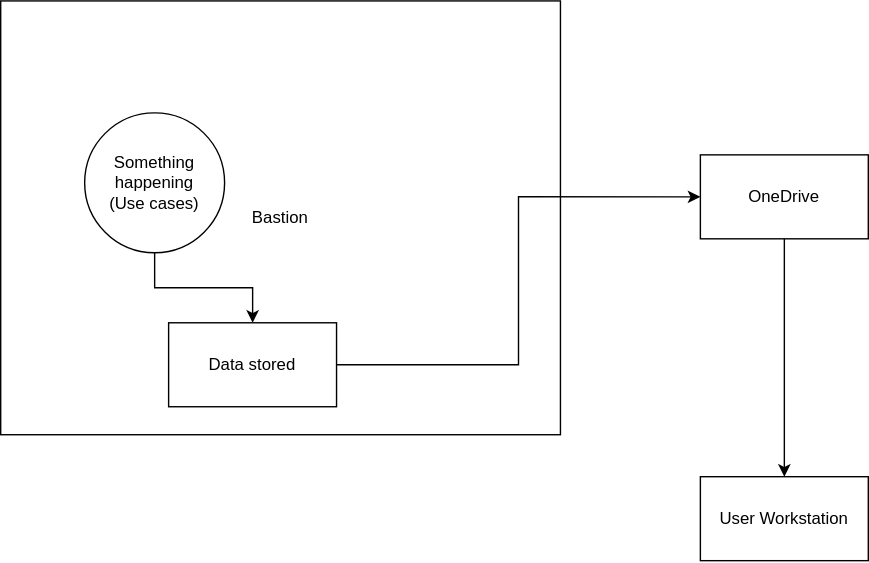
This is SharedData.svg from vjavle/invoicecloud, a draw.io export, as it was before one commit. Source tidied: cells renumbered, new cells last; positions are measured from the earlier drawing's top-left corner, leaving out a move shared by most shapes.
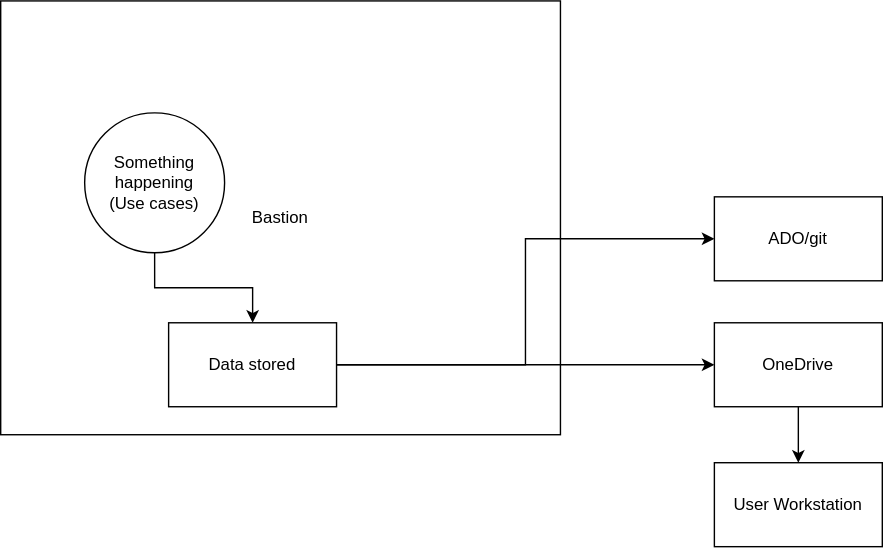
After the commit.

What changed in the source:
```diff
@@ -14,17 +14,23 @@
     <mxCell id="5" style="edgeStyle=orthogonalEdgeStyle;rounded=0;jettySize=auto;html=1;entryX=0;entryY=0.5;entryDx=0;entryDy=0;" parent="1" edge="1" source="6" target="9">
       <mxGeometry relative="1" as="geometry" />
     </mxCell>
+    <mxCell id="10" style="edgeStyle=orthogonalEdgeStyle;rounded=0;jettySize=auto;html=1;entryX=0;entryY=0.5;entryDx=0;entryDy=0;" parent="1" edge="1" source="6" target="11">
+      <mxGeometry relative="1" as="geometry" />
+    </mxCell>
     <mxCell id="6" value="Data stored" style="rounded=0;whiteSpace=wrap;html=1;" parent="1" vertex="1">
       <mxGeometry x="120" y="230" width="120" height="60" as="geometry" />
     </mxCell>
     <mxCell id="7" value="User Workstation" style="rounded=0;whiteSpace=wrap;html=1;" parent="1" vertex="1">
-      <mxGeometry x="500" y="340" width="120" height="60" as="geometry" />
+      <mxGeometry x="510" y="330" width="120" height="60" as="geometry" />
     </mxCell>
     <mxCell id="8" style="edgeStyle=orthogonalEdgeStyle;rounded=0;jettySize=auto;html=1;" parent="1" edge="1" source="9" target="7">
       <mxGeometry relative="1" as="geometry" />
     </mxCell>
     <mxCell id="9" value="OneDrive" style="rounded=0;whiteSpace=wrap;html=1;" parent="1" vertex="1">
-      <mxGeometry x="500" y="110" width="120" height="60" as="geometry" />
+      <mxGeometry x="510" y="230" width="120" height="60" as="geometry" />
     </mxCell>
+    <mxCell id="11" value="ADO/git" style="rounded=0;whiteSpace=wrap;html=1;" parent="1" vertex="1">
+      <mxGeometry x="510" y="140" width="120" height="60" as="geometry" />
+    </mxCell>
   </root>
 </mxGraphModel>
```
